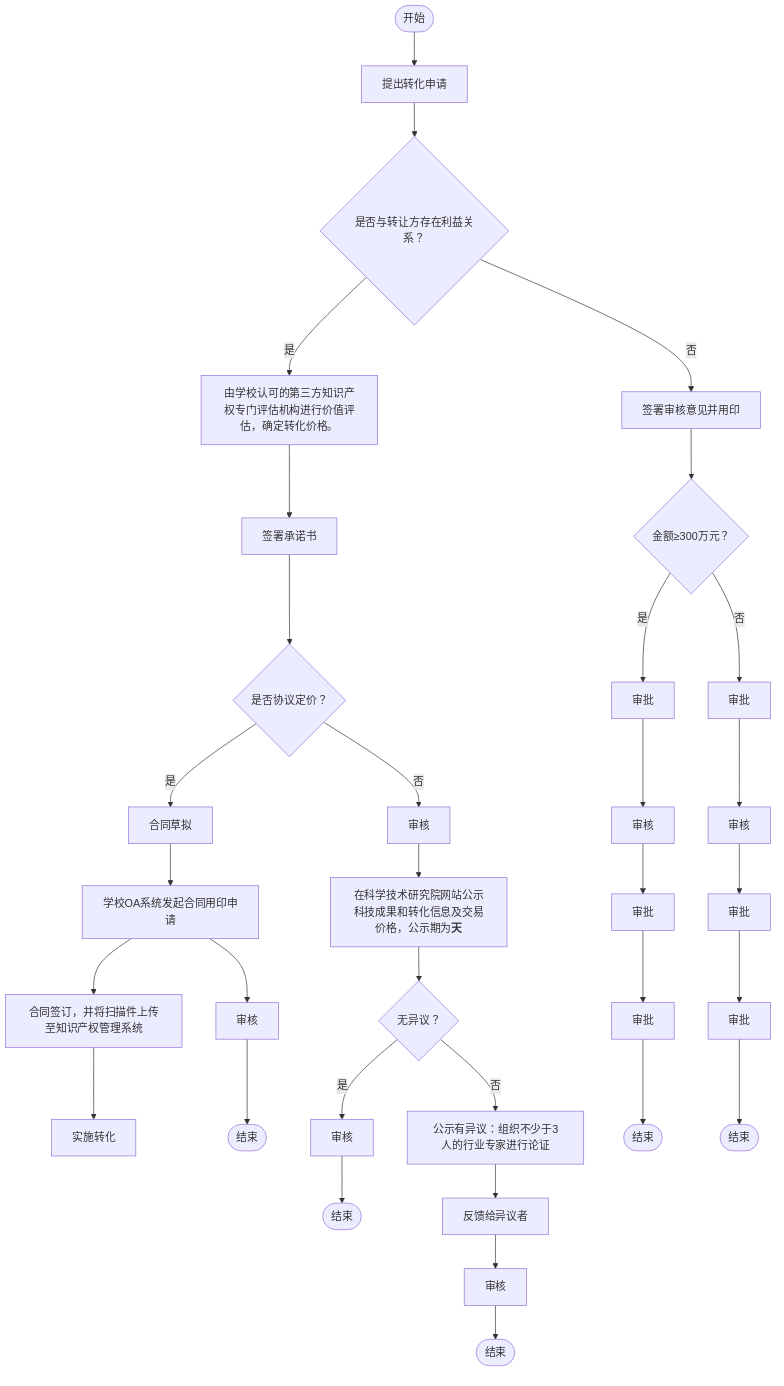
This is outline2flow/flow_outputs/page_67.png from AmyIvan/work1, a Mermaid export, as it was before one commit. Its source is kept beside it as outline2flow/mmd_outputs/page_67.mmd.
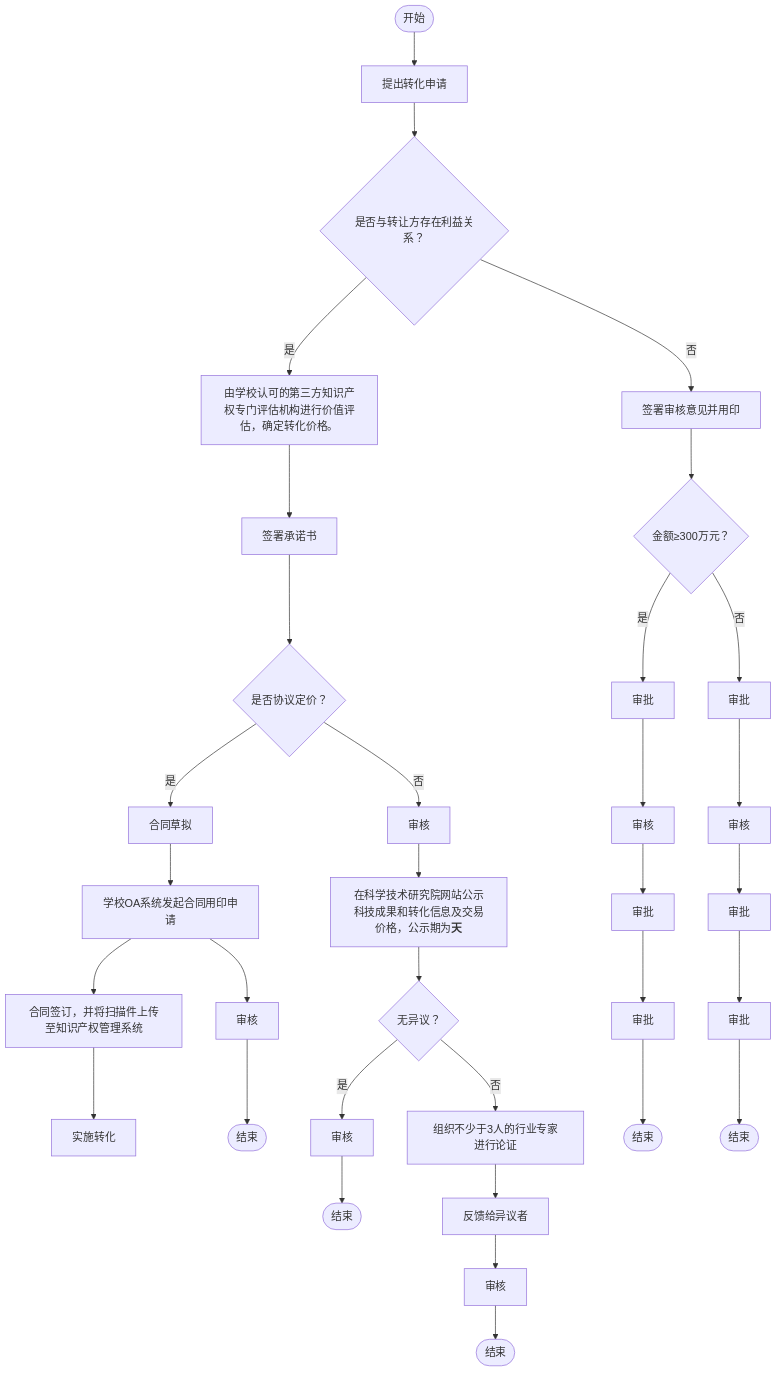
After the change.

What changed in the source:
```diff
@@ -1,5 +1,5 @@
 flowchart TD
-    Start([开始]) --> A[提出转化申请]
+    Start(["开始"]) --> A[提出转化申请]
     A --> B{是否与转让方存在利益关系？}
     B -->|是| C[由学校认可的第三方知识产权专门评估机构进行价值评估，确定转化价格。]
     C --> D[签署承诺书]
@@ -9,25 +9,25 @@
     G --> H[合同签订，并将扫描件上传至知识产权管理系统]
     H --> I[实施转化]
     G --> J[审核]
-    J --> End1([结束])
+    J --> End1(["结束"])
     E -->|否| K[审核]
     K --> L[在科学技术研究院网站公示科技成果和转化信息及交易价格，公示期为**天**]
     L --> M{无异议？}
     M -->|是| N[审核]
-    N --> End2([结束])
-    M -->|否| O[公示有异议：组织不少于3人的行业专家进行论证]
+    N --> End2(["结束"])
+    M -->|否| O[组织不少于3人的行业专家进行论证]
     O --> P[反馈给异议者]
     P --> Q[审核]
-    Q --> End3([结束])
+    Q --> End3(["结束"])
     B -->|否| R[签署审核意见并用印]
     R --> S{金额≥300万元？}
     S -->|是| T[审批]
     T --> U[审核]
     U --> V[审批]
     V --> W[审批]
-    W --> End4([结束])
+    W --> End4(["结束"])
     S -->|否| X[审批]
     X --> Y[审核]
     Y --> Z[审批]
     Z --> AA[审批]
-    AA --> End5([结束])
+    AA --> End5(["结束"])
```
